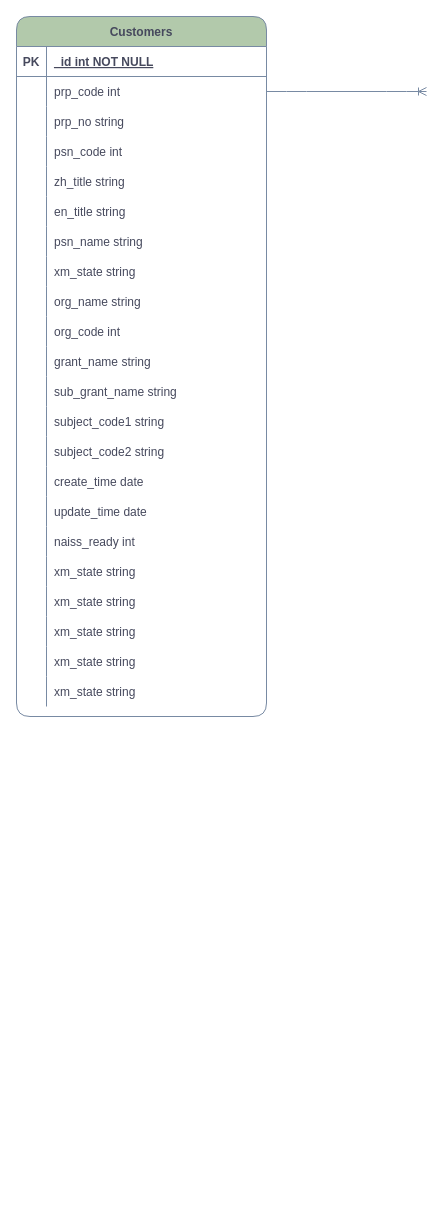
This is NAI_E-R.drawio from xianghuzhao/chart, a draw.io file, before an edit. Source tidied: cells renumbered, new cells numbered last; positions are measured from the earlier drawing's top-left corner, leaving out a move shared by most shapes. Both pictures are drawn from the tidied source at 100%, with x=0, y=0 at pixel (16, 16).
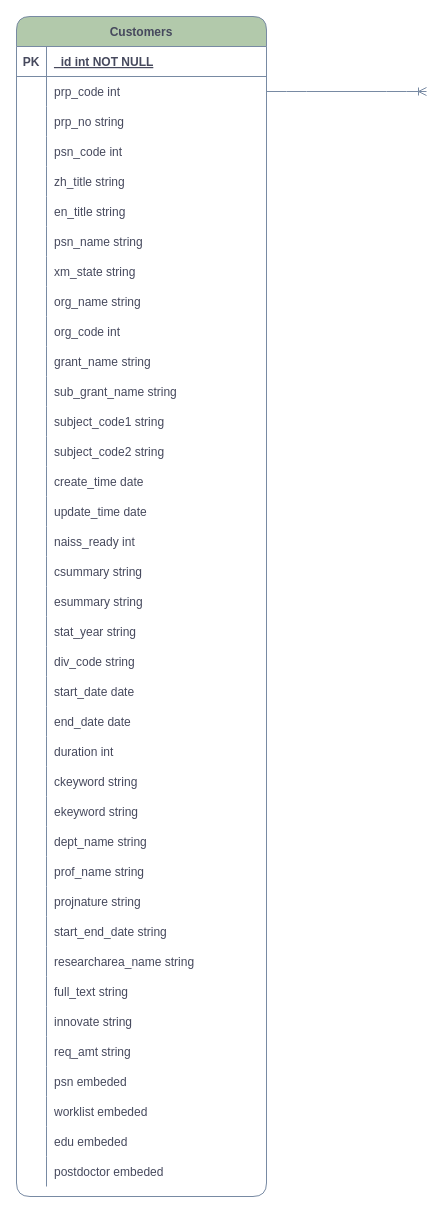
Above is the later version.

The change refers to these unchanged cells:
```xml
<mxCell id="54" style="shape=partialRectangle;fillColor=none;top=0;left=0;right=0;bottom=0;rounded=1;strokeColor=#788AA3;fontColor=#46495D;" parent="2" vertex="1">
  <mxGeometry y="540" width="250" height="30" as="geometry" />
</mxCell>
<mxCell id="57" style="shape=partialRectangle;fillColor=none;top=0;left=0;right=0;bottom=0;rounded=1;strokeColor=#788AA3;fontColor=#46495D;" parent="2" vertex="1">
  <mxGeometry y="570" width="250" height="30" as="geometry" />
</mxCell>
<mxCell id="60" style="shape=partialRectangle;fillColor=none;top=0;left=0;right=0;bottom=0;rounded=1;strokeColor=#788AA3;fontColor=#46495D;" parent="2" vertex="1">
  <mxGeometry y="600" width="250" height="30" as="geometry" />
</mxCell>
<mxCell id="63" style="shape=partialRectangle;fillColor=none;top=0;left=0;right=0;bottom=0;rounded=1;strokeColor=#788AA3;fontColor=#46495D;" parent="2" vertex="1">
  <mxGeometry y="630" width="250" height="30" as="geometry" />
</mxCell>
<mxCell id="66" style="shape=partialRectangle;fillColor=none;top=0;left=0;right=0;bottom=0;rounded=1;strokeColor=#788AA3;fontColor=#46495D;" parent="2" vertex="1">
  <mxGeometry y="660" width="250" height="30" as="geometry" />
</mxCell>
```

Change to the diagram source:
```diff
@@
     <mxCell id="2" value="Customers" style="shape=table;startSize=30;childLayout=tableLayout;rowLines=0;fontStyle=1;align=center;rounded=1;fillColor=#B2C9AB;strokeColor=#788AA3;fontColor=#46495D;" parent="1" vertex="1">
-      <mxGeometry width="250" height="700" as="geometry" />
+      <mxGeometry width="250" height="1180" as="geometry" />
     </mxCell>
@@
-    <mxCell id="56" value="xm_state string" style="shape=partialRectangle;overflow=hidden;fillColor=none;top=0;left=0;bottom=0;right=0;align=left;spacingLeft=6;rounded=1;strokeColor=#788AA3;fontColor=#46495D;" parent="54" vertex="1">
+    <mxCell id="56" value="csummary string" style="shape=partialRectangle;overflow=hidden;fillColor=none;top=0;left=0;bottom=0;right=0;align=left;spacingLeft=6;rounded=1;strokeColor=#788AA3;fontColor=#46495D;" parent="54" vertex="1">
       <mxGeometry x="30" width="220" height="30" as="geometry" />
     </mxCell>
@@
-    <mxCell id="59" value="xm_state string" style="shape=partialRectangle;overflow=hidden;fillColor=none;top=0;left=0;bottom=0;right=0;align=left;spacingLeft=6;rounded=1;strokeColor=#788AA3;fontColor=#46495D;" parent="57" vertex="1">
+    <mxCell id="59" value="esummary string" style="shape=partialRectangle;overflow=hidden;fillColor=none;top=0;left=0;bottom=0;right=0;align=left;spacingLeft=6;rounded=1;strokeColor=#788AA3;fontColor=#46495D;" parent="57" vertex="1">
       <mxGeometry x="30" width="220" height="30" as="geometry" />
     </mxCell>
@@
-    <mxCell id="62" value="xm_state string" style="shape=partialRectangle;overflow=hidden;fillColor=none;top=0;left=0;bottom=0;right=0;align=left;spacingLeft=6;rounded=1;strokeColor=#788AA3;fontColor=#46495D;" parent="60" vertex="1">
+    <mxCell id="62" value="stat_year string" style="shape=partialRectangle;overflow=hidden;fillColor=none;top=0;left=0;bottom=0;right=0;align=left;spacingLeft=6;rounded=1;strokeColor=#788AA3;fontColor=#46495D;" parent="60" vertex="1">
       <mxGeometry x="30" width="220" height="30" as="geometry" />
     </mxCell>
@@
-    <mxCell id="65" value="xm_state string" style="shape=partialRectangle;overflow=hidden;fillColor=none;top=0;left=0;bottom=0;right=0;align=left;spacingLeft=6;rounded=1;strokeColor=#788AA3;fontColor=#46495D;" parent="63" vertex="1">
+    <mxCell id="65" value="div_code string" style="shape=partialRectangle;overflow=hidden;fillColor=none;top=0;left=0;bottom=0;right=0;align=left;spacingLeft=6;rounded=1;strokeColor=#788AA3;fontColor=#46495D;" parent="63" vertex="1">
       <mxGeometry x="30" width="220" height="30" as="geometry" />
     </mxCell>
@@
-    <mxCell id="68" value="xm_state string" style="shape=partialRectangle;overflow=hidden;fillColor=none;top=0;left=0;bottom=0;right=0;align=left;spacingLeft=6;rounded=1;strokeColor=#788AA3;fontColor=#46495D;" parent="66" vertex="1">
+    <mxCell id="68" value="start_date date" style="shape=partialRectangle;overflow=hidden;fillColor=none;top=0;left=0;bottom=0;right=0;align=left;spacingLeft=6;rounded=1;strokeColor=#788AA3;fontColor=#46495D;" parent="66" vertex="1">
       <mxGeometry x="30" width="220" height="30" as="geometry" />
     </mxCell>
+    <mxCell id="70" style="shape=partialRectangle;fillColor=none;top=0;left=0;right=0;bottom=0;rounded=1;strokeColor=#788AA3;fontColor=#46495D;" parent="2" vertex="1">
+      <mxGeometry y="690" width="250" height="30" as="geometry" />
+    </mxCell>
+    <mxCell id="71" style="shape=partialRectangle;overflow=hidden;fillColor=none;top=0;left=0;bottom=0;right=0;rounded=1;strokeColor=#788AA3;fontColor=#46495D;" parent="70" vertex="1">
+      <mxGeometry width="30" height="30" as="geometry" />
+    </mxCell>
+    <mxCell id="72" value="end_date date" style="shape=partialRectangle;overflow=hidden;fillColor=none;top=0;left=0;bottom=0;right=0;align=left;spacingLeft=6;rounded=1;strokeColor=#788AA3;fontColor=#46495D;" parent="70" vertex="1">
+      <mxGeometry x="30" width="220" height="30" as="geometry" />
+    </mxCell>
+    <mxCell id="73" style="shape=partialRectangle;fillColor=none;top=0;left=0;right=0;bottom=0;rounded=1;strokeColor=#788AA3;fontColor=#46495D;" parent="2" vertex="1">
+      <mxGeometry y="720" width="250" height="30" as="geometry" />
+    </mxCell>
+    <mxCell id="74" style="shape=partialRectangle;overflow=hidden;fillColor=none;top=0;left=0;bottom=0;right=0;rounded=1;strokeColor=#788AA3;fontColor=#46495D;" parent="73" vertex="1">
+      <mxGeometry width="30" height="30" as="geometry" />
+    </mxCell>
+    <mxCell id="75" value="duration int" style="shape=partialRectangle;overflow=hidden;fillColor=none;top=0;left=0;bottom=0;right=0;align=left;spacingLeft=6;rounded=1;strokeColor=#788AA3;fontColor=#46495D;" parent="73" vertex="1">
+      <mxGeometry x="30" width="220" height="30" as="geometry" />
+    </mxCell>
+    <mxCell id="76" style="shape=partialRectangle;fillColor=none;top=0;left=0;right=0;bottom=0;rounded=1;strokeColor=#788AA3;fontColor=#46495D;" parent="2" vertex="1">
+      <mxGeometry y="750" width="250" height="30" as="geometry" />
+    </mxCell>
+    <mxCell id="77" style="shape=partialRectangle;overflow=hidden;fillColor=none;top=0;left=0;bottom=0;right=0;rounded=1;strokeColor=#788AA3;fontColor=#46495D;" parent="76" vertex="1">
+      <mxGeometry width="30" height="30" as="geometry" />
+    </mxCell>
+    <mxCell id="78" value="ckeyword string" style="shape=partialRectangle;overflow=hidden;fillColor=none;top=0;left=0;bottom=0;right=0;align=left;spacingLeft=6;rounded=1;strokeColor=#788AA3;fontColor=#46495D;" parent="76" vertex="1">
+      <mxGeometry x="30" width="220" height="30" as="geometry" />
+    </mxCell>
+    <mxCell id="79" style="shape=partialRectangle;fillColor=none;top=0;left=0;right=0;bottom=0;rounded=1;strokeColor=#788AA3;fontColor=#46495D;" parent="2" vertex="1">
+      <mxGeometry y="780" width="250" height="30" as="geometry" />
+    </mxCell>
+    <mxCell id="80" style="shape=partialRectangle;overflow=hidden;fillColor=none;top=0;left=0;bottom=0;right=0;rounded=1;strokeColor=#788AA3;fontColor=#46495D;" parent="79" vertex="1">
+      <mxGeometry width="30" height="30" as="geometry" />
+    </mxCell>
+    <mxCell id="81" value="ekeyword string" style="shape=partialRectangle;overflow=hidden;fillColor=none;top=0;left=0;bottom=0;right=0;align=left;spacingLeft=6;rounded=1;strokeColor=#788AA3;fontColor=#46495D;" parent="79" vertex="1">
+      <mxGeometry x="30" width="220" height="30" as="geometry" />
+    </mxCell>
+    <mxCell id="82" style="shape=partialRectangle;fillColor=none;top=0;left=0;right=0;bottom=0;rounded=1;strokeColor=#788AA3;fontColor=#46495D;" parent="2" vertex="1">
+      <mxGeometry y="810" width="250" height="30" as="geometry" />
+    </mxCell>
+    <mxCell id="83" style="shape=partialRectangle;overflow=hidden;fillColor=none;top=0;left=0;bottom=0;right=0;rounded=1;strokeColor=#788AA3;fontColor=#46495D;" parent="82" vertex="1">
+      <mxGeometry width="30" height="30" as="geometry" />
+    </mxCell>
+    <mxCell id="84" value="dept_name string" style="shape=partialRectangle;overflow=hidden;fillColor=none;top=0;left=0;bottom=0;right=0;align=left;spacingLeft=6;rounded=1;strokeColor=#788AA3;fontColor=#46495D;" parent="82" vertex="1">
+      <mxGeometry x="30" width="220" height="30" as="geometry" />
+    </mxCell>
+    <mxCell id="85" style="shape=partialRectangle;fillColor=none;top=0;left=0;right=0;bottom=0;rounded=1;strokeColor=#788AA3;fontColor=#46495D;" parent="2" vertex="1">
+      <mxGeometry y="840" width="250" height="30" as="geometry" />
+    </mxCell>
+    <mxCell id="86" style="shape=partialRectangle;overflow=hidden;fillColor=none;top=0;left=0;bottom=0;right=0;rounded=1;strokeColor=#788AA3;fontColor=#46495D;" parent="85" vertex="1">
+      <mxGeometry width="30" height="30" as="geometry" />
+    </mxCell>
+    <mxCell id="87" value="prof_name string" style="shape=partialRectangle;overflow=hidden;fillColor=none;top=0;left=0;bottom=0;right=0;align=left;spacingLeft=6;rounded=1;strokeColor=#788AA3;fontColor=#46495D;" parent="85" vertex="1">
+      <mxGeometry x="30" width="220" height="30" as="geometry" />
+    </mxCell>
+    <mxCell id="88" style="shape=partialRectangle;fillColor=none;top=0;left=0;right=0;bottom=0;rounded=1;strokeColor=#788AA3;fontColor=#46495D;" parent="2" vertex="1">
+      <mxGeometry y="870" width="250" height="30" as="geometry" />
+    </mxCell>
+    <mxCell id="89" style="shape=partialRectangle;overflow=hidden;fillColor=none;top=0;left=0;bottom=0;right=0;rounded=1;strokeColor=#788AA3;fontColor=#46495D;" parent="88" vertex="1">
+      <mxGeometry width="30" height="30" as="geometry" />
+    </mxCell>
+    <mxCell id="90" value="projnature string" style="shape=partialRectangle;overflow=hidden;fillColor=none;top=0;left=0;bottom=0;right=0;align=left;spacingLeft=6;rounded=1;strokeColor=#788AA3;fontColor=#46495D;" parent="88" vertex="1">
+      <mxGeometry x="30" width="220" height="30" as="geometry" />
+    </mxCell>
+    <mxCell id="91" style="shape=partialRectangle;fillColor=none;top=0;left=0;right=0;bottom=0;rounded=1;strokeColor=#788AA3;fontColor=#46495D;" parent="2" vertex="1">
+      <mxGeometry y="900" width="250" height="30" as="geometry" />
+    </mxCell>
+    <mxCell id="92" style="shape=partialRectangle;overflow=hidden;fillColor=none;top=0;left=0;bottom=0;right=0;rounded=1;strokeColor=#788AA3;fontColor=#46495D;" parent="91" vertex="1">
+      <mxGeometry width="30" height="30" as="geometry" />
+    </mxCell>
+    <mxCell id="93" value="start_end_date string" style="shape=partialRectangle;overflow=hidden;fillColor=none;top=0;left=0;bottom=0;right=0;align=left;spacingLeft=6;rounded=1;strokeColor=#788AA3;fontColor=#46495D;" parent="91" vertex="1">
+      <mxGeometry x="30" width="220" height="30" as="geometry" />
+    </mxCell>
+    <mxCell id="94" style="shape=partialRectangle;fillColor=none;top=0;left=0;right=0;bottom=0;rounded=1;strokeColor=#788AA3;fontColor=#46495D;" parent="2" vertex="1">
+      <mxGeometry y="930" width="250" height="30" as="geometry" />
+    </mxCell>
+    <mxCell id="95" style="shape=partialRectangle;overflow=hidden;fillColor=none;top=0;left=0;bottom=0;right=0;rounded=1;strokeColor=#788AA3;fontColor=#46495D;" parent="94" vertex="1">
+      <mxGeometry width="30" height="30" as="geometry" />
+    </mxCell>
+    <mxCell id="96" value="researcharea_name string" style="shape=partialRectangle;overflow=hidden;fillColor=none;top=0;left=0;bottom=0;right=0;align=left;spacingLeft=6;rounded=1;strokeColor=#788AA3;fontColor=#46495D;" parent="94" vertex="1">
+      <mxGeometry x="30" width="220" height="30" as="geometry" />
+    </mxCell>
+    <mxCell id="97" style="shape=partialRectangle;fillColor=none;top=0;left=0;right=0;bottom=0;rounded=1;strokeColor=#788AA3;fontColor=#46495D;" parent="2" vertex="1">
+      <mxGeometry y="960" width="250" height="30" as="geometry" />
+    </mxCell>
+    <mxCell id="98" style="shape=partialRectangle;overflow=hidden;fillColor=none;top=0;left=0;bottom=0;right=0;rounded=1;strokeColor=#788AA3;fontColor=#46495D;" parent="97" vertex="1">
+      <mxGeometry width="30" height="30" as="geometry" />
+    </mxCell>
+    <mxCell id="99" value="full_text string" style="shape=partialRectangle;overflow=hidden;fillColor=none;top=0;left=0;bottom=0;right=0;align=left;spacingLeft=6;rounded=1;strokeColor=#788AA3;fontColor=#46495D;" parent="97" vertex="1">
+      <mxGeometry x="30" width="220" height="30" as="geometry" />
+    </mxCell>
+    <mxCell id="100" style="shape=partialRectangle;fillColor=none;top=0;left=0;right=0;bottom=0;rounded=1;strokeColor=#788AA3;fontColor=#46495D;" parent="2" vertex="1">
+      <mxGeometry y="990" width="250" height="30" as="geometry" />
+    </mxCell>
+    <mxCell id="101" style="shape=partialRectangle;overflow=hidden;fillColor=none;top=0;left=0;bottom=0;right=0;rounded=1;strokeColor=#788AA3;fontColor=#46495D;" parent="100" vertex="1">
+      <mxGeometry width="30" height="30" as="geometry" />
+    </mxCell>
+    <mxCell id="102" value="innovate string" style="shape=partialRectangle;overflow=hidden;fillColor=none;top=0;left=0;bottom=0;right=0;align=left;spacingLeft=6;rounded=1;strokeColor=#788AA3;fontColor=#46495D;" parent="100" vertex="1">
+      <mxGeometry x="30" width="220" height="30" as="geometry" />
+    </mxCell>
+    <mxCell id="103" style="shape=partialRectangle;fillColor=none;top=0;left=0;right=0;bottom=0;rounded=1;strokeColor=#788AA3;fontColor=#46495D;" parent="2" vertex="1">
+      <mxGeometry y="1020" width="250" height="30" as="geometry" />
+    </mxCell>
+    <mxCell id="104" style="shape=partialRectangle;overflow=hidden;fillColor=none;top=0;left=0;bottom=0;right=0;rounded=1;strokeColor=#788AA3;fontColor=#46495D;" parent="103" vertex="1">
+      <mxGeometry width="30" height="30" as="geometry" />
+    </mxCell>
+    <mxCell id="105" value="req_amt string" style="shape=partialRectangle;overflow=hidden;fillColor=none;top=0;left=0;bottom=0;right=0;align=left;spacingLeft=6;rounded=1;strokeColor=#788AA3;fontColor=#46495D;" parent="103" vertex="1">
+      <mxGeometry x="30" width="220" height="30" as="geometry" />
+    </mxCell>
+    <mxCell id="106" style="shape=partialRectangle;fillColor=none;top=0;left=0;right=0;bottom=0;rounded=1;strokeColor=#788AA3;fontColor=#46495D;" parent="2" vertex="1">
+      <mxGeometry y="1050" width="250" height="30" as="geometry" />
+    </mxCell>
+    <mxCell id="107" style="shape=partialRectangle;overflow=hidden;fillColor=none;top=0;left=0;bottom=0;right=0;rounded=1;strokeColor=#788AA3;fontColor=#46495D;" parent="106" vertex="1">
+      <mxGeometry width="30" height="30" as="geometry" />
+    </mxCell>
+    <mxCell id="108" value="psn embeded" style="shape=partialRectangle;overflow=hidden;fillColor=none;top=0;left=0;bottom=0;right=0;align=left;spacingLeft=6;rounded=1;strokeColor=#788AA3;fontColor=#46495D;" parent="106" vertex="1">
+      <mxGeometry x="30" width="220" height="30" as="geometry" />
+    </mxCell>
+    <mxCell id="109" style="shape=partialRectangle;fillColor=none;top=0;left=0;right=0;bottom=0;rounded=1;strokeColor=#788AA3;fontColor=#46495D;" parent="2" vertex="1">
+      <mxGeometry y="1080" width="250" height="30" as="geometry" />
+    </mxCell>
+    <mxCell id="110" style="shape=partialRectangle;overflow=hidden;fillColor=none;top=0;left=0;bottom=0;right=0;rounded=1;strokeColor=#788AA3;fontColor=#46495D;" parent="109" vertex="1">
+      <mxGeometry width="30" height="30" as="geometry" />
+    </mxCell>
+    <mxCell id="111" value="worklist embeded" style="shape=partialRectangle;overflow=hidden;fillColor=none;top=0;left=0;bottom=0;right=0;align=left;spacingLeft=6;rounded=1;strokeColor=#788AA3;fontColor=#46495D;" parent="109" vertex="1">
+      <mxGeometry x="30" width="220" height="30" as="geometry" />
+    </mxCell>
+    <mxCell id="112" style="shape=partialRectangle;fillColor=none;top=0;left=0;right=0;bottom=0;rounded=1;strokeColor=#788AA3;fontColor=#46495D;" parent="2" vertex="1">
+      <mxGeometry y="1110" width="250" height="30" as="geometry" />
+    </mxCell>
+    <mxCell id="113" style="shape=partialRectangle;overflow=hidden;fillColor=none;top=0;left=0;bottom=0;right=0;rounded=1;strokeColor=#788AA3;fontColor=#46495D;" parent="112" vertex="1">
+      <mxGeometry width="30" height="30" as="geometry" />
+    </mxCell>
+    <mxCell id="114" value="edu embeded" style="shape=partialRectangle;overflow=hidden;fillColor=none;top=0;left=0;bottom=0;right=0;align=left;spacingLeft=6;rounded=1;strokeColor=#788AA3;fontColor=#46495D;" parent="112" vertex="1">
+      <mxGeometry x="30" width="220" height="30" as="geometry" />
+    </mxCell>
+    <mxCell id="115" style="shape=partialRectangle;fillColor=none;top=0;left=0;right=0;bottom=0;rounded=1;strokeColor=#788AA3;fontColor=#46495D;" parent="2" vertex="1">
+      <mxGeometry y="1140" width="250" height="30" as="geometry" />
+    </mxCell>
+    <mxCell id="116" style="shape=partialRectangle;overflow=hidden;fillColor=none;top=0;left=0;bottom=0;right=0;rounded=1;strokeColor=#788AA3;fontColor=#46495D;" parent="115" vertex="1">
+      <mxGeometry width="30" height="30" as="geometry" />
+    </mxCell>
+    <mxCell id="117" value="postdoctor embeded" style="shape=partialRectangle;overflow=hidden;fillColor=none;top=0;left=0;bottom=0;right=0;align=left;spacingLeft=6;rounded=1;strokeColor=#788AA3;fontColor=#46495D;" parent="115" vertex="1">
+      <mxGeometry x="30" width="220" height="30" as="geometry" />
+    </mxCell>
```
